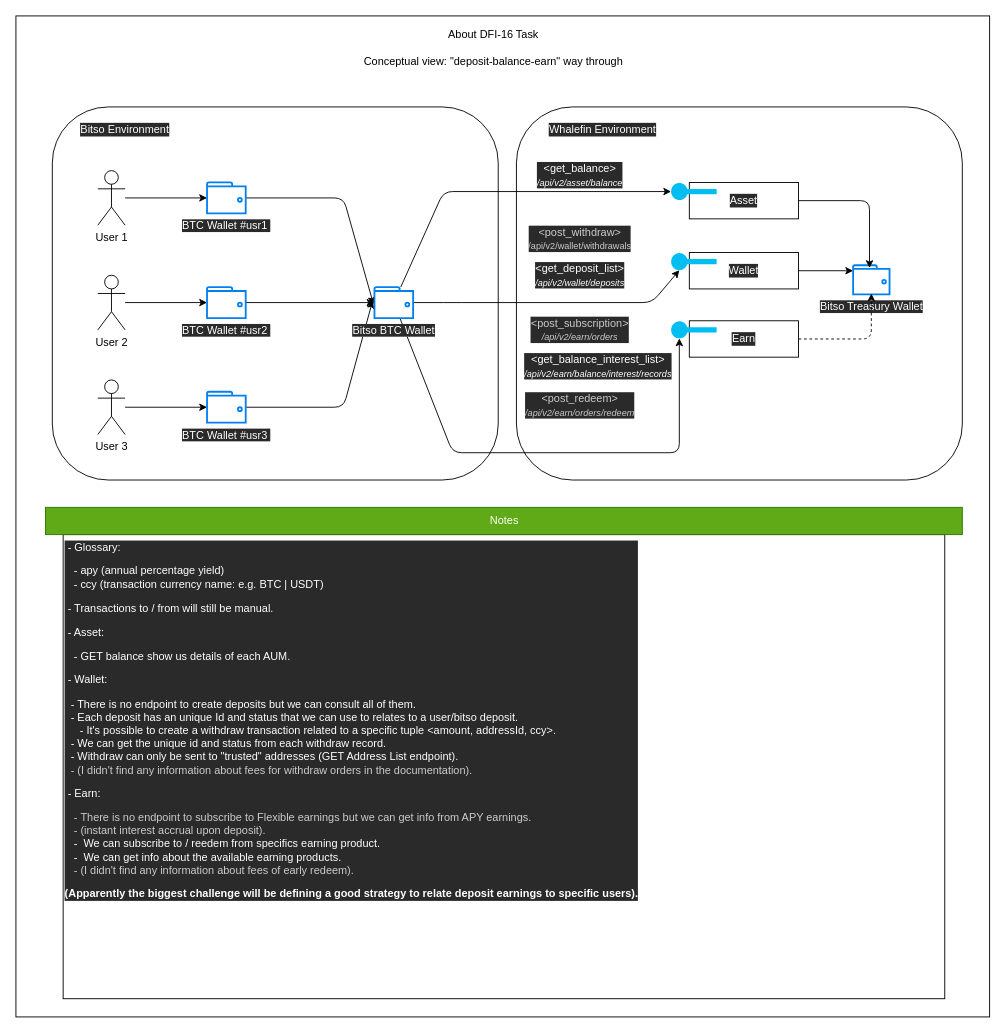
Before: drawio/concept.drawio in vinicius-almeida-bitso/whalefin-poc, a draw.io diagram. Source tidied: cells renumbered, new cells numbered last; positions are measured from the earlier drawing's top-left corner, leaving out a move shared by most shapes. Both pictures are drawn from the tidied source at 91%, with x=0, y=0 at pixel (15, 15).
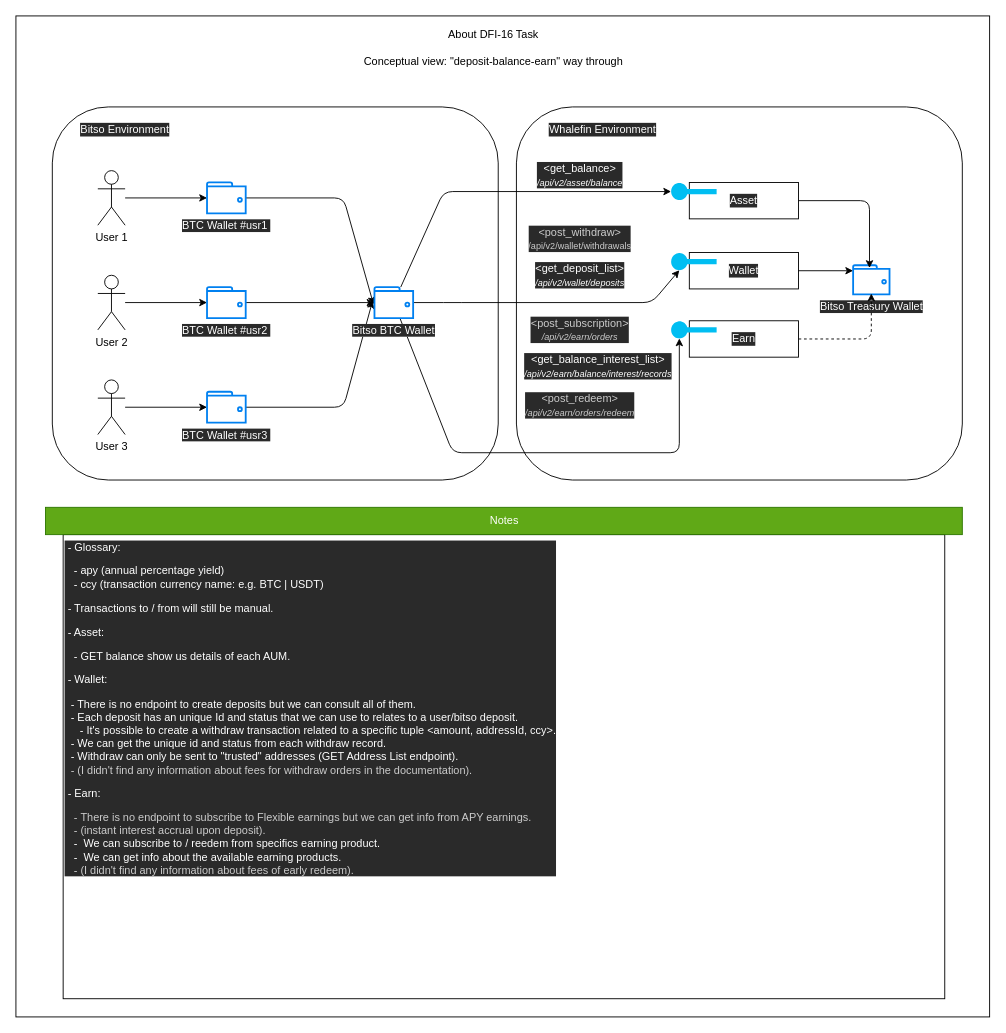
The same page after the edit.

The change refers to these unchanged cells:
```xml
<mxCell id="43" style="group;" parent="1" vertex="1">
  <mxGeometry x="32.5" y="540" width="1007.5" height="540" as="geometry" />
</mxCell>
```

Change to the diagram source:
```diff
@@
-    <mxCell id="44" value="&lt;font&gt;&lt;span style=&quot;font-size: 12px&quot;&gt;&amp;nbsp;- Glossary:&lt;/span&gt;&lt;br&gt;&lt;br&gt;&lt;span style=&quot;font-size: 12px&quot;&gt;&lt;/span&gt;&lt;span style=&quot;font-size: 12px&quot;&gt;&amp;nbsp; &amp;nbsp;- apy (annual percentage yield)&lt;/span&gt;&lt;br&gt;&lt;span style=&quot;font-size: 12px&quot;&gt;&lt;/span&gt;&lt;span style=&quot;font-size: 12px&quot;&gt;&amp;nbsp; &amp;nbsp;- ccy (transaction currency name: e.g. BTC | USDT)&lt;/span&gt;&lt;br&gt;&lt;br&gt;&lt;span style=&quot;font-size: 12px&quot;&gt;&amp;nbsp;- Transactions to / from will still be manual.&lt;/span&gt;&lt;br&gt;&lt;br&gt;&lt;span style=&quot;font-size: 12px&quot;&gt;&amp;nbsp;- Asset:&lt;/span&gt;&lt;br&gt;&lt;br&gt;&lt;span style=&quot;font-size: 12px&quot;&gt;&lt;/span&gt;&lt;span style=&quot;font-size: 12px&quot;&gt;&amp;nbsp; &amp;nbsp;- GET balance show us details of each AUM.&lt;/span&gt;&lt;br&gt;&lt;br&gt;&lt;span style=&quot;font-size: 12px&quot;&gt;&amp;nbsp;- Wallet:&amp;nbsp;&lt;/span&gt;&lt;br&gt;&lt;br&gt;&lt;span style=&quot;font-size: 12px&quot;&gt;&amp;nbsp;&amp;nbsp;&lt;/span&gt;&lt;span style=&quot;font-size: 12px&quot;&gt;- There is no endpoint to create deposits but we can consult all of them.&lt;/span&gt;&lt;br&gt;&lt;span style=&quot;font-size: 12px&quot;&gt;&lt;/span&gt;&lt;span style=&quot;font-size: 12px&quot;&gt;&amp;nbsp; - Each deposit has an unique Id and status that we can use to relates to a user/bitso deposit.&lt;/span&gt;&lt;br&gt;&lt;span style=&quot;font-size: 12px&quot;&gt;&amp;nbsp; &amp;nbsp; &amp;nbsp;- It's possible to create a withdraw transaction related to a specific tuple &amp;lt;amount, addressId, ccy&amp;gt;.&lt;/span&gt;&lt;br&gt;&lt;span style=&quot;font-size: 12px&quot;&gt;&lt;/span&gt;&lt;span style=&quot;font-size: 12px&quot;&gt;&lt;/span&gt;&lt;span style=&quot;font-size: 12px&quot;&gt;&amp;nbsp; - We can get the unique id and status from each withdraw record.&lt;/span&gt;&lt;br&gt;&lt;span style=&quot;font-size: 12px&quot;&gt;&lt;/span&gt;&lt;span style=&quot;font-size: 12px&quot;&gt;&lt;/span&gt;&lt;span style=&quot;font-size: 12px&quot;&gt;&amp;nbsp; - Withdraw can only be sent to &quot;trusted&quot; addresses (GET Address List endpoint).&lt;/span&gt;&lt;br&gt;&lt;font color=&quot;#cccccc&quot; style=&quot;font-size: 12px&quot;&gt;&lt;span&gt;&lt;/span&gt;&lt;span&gt;&lt;/span&gt;&lt;span&gt;&lt;/span&gt;&amp;nbsp; - (I didn't find any information about fees for withdraw orders in the documentation).&amp;nbsp;&lt;br&gt;&lt;/font&gt;&lt;br&gt;&lt;span style=&quot;font-size: 12px&quot;&gt;&amp;nbsp;- Earn:&lt;/span&gt;&lt;br&gt;&lt;br&gt;&lt;span style=&quot;font-size: 12px&quot;&gt;&lt;/span&gt;&lt;font color=&quot;#cccccc&quot; style=&quot;font-size: 12px&quot;&gt;&amp;nbsp; &amp;nbsp;-&lt;/font&gt;&lt;span style=&quot;font-size: 12px&quot;&gt;&amp;nbsp;&lt;/span&gt;&lt;font color=&quot;#cccccc&quot; style=&quot;font-size: 12px&quot;&gt;There is no endpoint to subscribe to Flexible earnings but we can get info from APY earnings.&lt;br&gt;&lt;span&gt;&lt;/span&gt;&amp;nbsp; &amp;nbsp;-&amp;nbsp;(instant interest accrual upon deposit).&lt;br&gt;&lt;/font&gt;&lt;span style=&quot;font-size: 12px&quot;&gt;&lt;/span&gt;&lt;span style=&quot;font-size: 12px&quot;&gt;&amp;nbsp; &amp;nbsp;-&amp;nbsp; We can subscribe to / reedem from specifics earning product.&lt;/span&gt;&lt;br&gt;&lt;span style=&quot;font-size: 12px&quot;&gt;&lt;/span&gt;&lt;span style=&quot;font-size: 12px&quot;&gt;&lt;/span&gt;&lt;span style=&quot;font-size: 12px&quot;&gt;&amp;nbsp; &amp;nbsp;-&amp;nbsp; We can get info about the available earning products.&lt;/span&gt;&lt;br&gt;&lt;span style=&quot;font-size: 12px&quot;&gt;&lt;/span&gt;&lt;span style=&quot;font-size: 12px&quot;&gt;&lt;/span&gt;&lt;font color=&quot;#cccccc&quot; style=&quot;font-size: 12px&quot;&gt;&amp;nbsp; &amp;nbsp;- (I didn't find any information about fees of early redeem).&lt;br&gt;&lt;/font&gt;&lt;br&gt;&lt;b style=&quot;font-size: 12px&quot;&gt;(&lt;/b&gt;&lt;span style=&quot;font-size: 12px&quot;&gt;&lt;b&gt;Apparently the biggest challenge will be defining a good strategy to relate deposit earnings to specific users&lt;/b&gt;&lt;/span&gt;&lt;b style=&quot;font-size: 12px&quot;&gt;).&lt;/b&gt;&lt;br&gt;&lt;/font&gt;" style="rounded=0;whiteSpace=wrap;html=1;labelBackgroundColor=#2A2A2A;fontSize=10;fontColor=#FFFFFF;align=left;horizontal=1;verticalAlign=top;" parent="43" vertex="1">
+    <mxCell id="44" value="&lt;font&gt;&lt;span style=&quot;font-size: 12px&quot;&gt;&amp;nbsp;- Glossary:&lt;/span&gt;&lt;br&gt;&lt;br&gt;&lt;span style=&quot;font-size: 12px&quot;&gt;&lt;/span&gt;&lt;span style=&quot;font-size: 12px&quot;&gt;&amp;nbsp; &amp;nbsp;- apy (annual percentage yield)&lt;/span&gt;&lt;br&gt;&lt;span style=&quot;font-size: 12px&quot;&gt;&lt;/span&gt;&lt;span style=&quot;font-size: 12px&quot;&gt;&amp;nbsp; &amp;nbsp;- ccy (transaction currency name: e.g. BTC | USDT)&lt;/span&gt;&lt;br&gt;&lt;br&gt;&lt;span style=&quot;font-size: 12px&quot;&gt;&amp;nbsp;- Transactions to / from will still be manual.&lt;/span&gt;&lt;br&gt;&lt;br&gt;&lt;span style=&quot;font-size: 12px&quot;&gt;&amp;nbsp;- Asset:&lt;/span&gt;&lt;br&gt;&lt;br&gt;&lt;span style=&quot;font-size: 12px&quot;&gt;&lt;/span&gt;&lt;span style=&quot;font-size: 12px&quot;&gt;&amp;nbsp; &amp;nbsp;- GET balance show us details of each AUM.&lt;/span&gt;&lt;br&gt;&lt;br&gt;&lt;span style=&quot;font-size: 12px&quot;&gt;&amp;nbsp;- Wallet:&amp;nbsp;&lt;/span&gt;&lt;br&gt;&lt;br&gt;&lt;span style=&quot;font-size: 12px&quot;&gt;&amp;nbsp;&amp;nbsp;&lt;/span&gt;&lt;span style=&quot;font-size: 12px&quot;&gt;- There is no endpoint to create deposits but we can consult all of them.&lt;/span&gt;&lt;br&gt;&lt;span style=&quot;font-size: 12px&quot;&gt;&lt;/span&gt;&lt;span style=&quot;font-size: 12px&quot;&gt;&amp;nbsp; - Each deposit has an unique Id and status that we can use to relates to a user/bitso deposit.&lt;/span&gt;&lt;br&gt;&lt;span style=&quot;font-size: 12px&quot;&gt;&amp;nbsp; &amp;nbsp; &amp;nbsp;- It's possible to create a withdraw transaction related to a specific tuple &amp;lt;amount, addressId, ccy&amp;gt;.&lt;/span&gt;&lt;br&gt;&lt;span style=&quot;font-size: 12px&quot;&gt;&lt;/span&gt;&lt;span style=&quot;font-size: 12px&quot;&gt;&lt;/span&gt;&lt;span style=&quot;font-size: 12px&quot;&gt;&amp;nbsp; - We can get the unique id and status from each withdraw record.&lt;/span&gt;&lt;br&gt;&lt;span style=&quot;font-size: 12px&quot;&gt;&lt;/span&gt;&lt;span style=&quot;font-size: 12px&quot;&gt;&lt;/span&gt;&lt;span style=&quot;font-size: 12px&quot;&gt;&amp;nbsp; - Withdraw can only be sent to &quot;trusted&quot; addresses (GET Address List endpoint).&lt;/span&gt;&lt;br&gt;&lt;font color=&quot;#cccccc&quot; style=&quot;font-size: 12px&quot;&gt;&lt;span&gt;&lt;/span&gt;&lt;span&gt;&lt;/span&gt;&lt;span&gt;&lt;/span&gt;&amp;nbsp; - (I didn't find any information about fees for withdraw orders in the documentation).&amp;nbsp;&lt;br&gt;&lt;/font&gt;&lt;br&gt;&lt;span style=&quot;font-size: 12px&quot;&gt;&amp;nbsp;- Earn:&lt;/span&gt;&lt;br&gt;&lt;br&gt;&lt;span style=&quot;font-size: 12px&quot;&gt;&lt;/span&gt;&lt;font color=&quot;#cccccc&quot; style=&quot;font-size: 12px&quot;&gt;&amp;nbsp; &amp;nbsp;-&lt;/font&gt;&lt;span style=&quot;font-size: 12px&quot;&gt;&amp;nbsp;&lt;/span&gt;&lt;font color=&quot;#cccccc&quot; style=&quot;font-size: 12px&quot;&gt;There is no endpoint to subscribe to Flexible earnings but we can get info from APY earnings.&lt;br&gt;&lt;span&gt;&lt;/span&gt;&amp;nbsp; &amp;nbsp;-&amp;nbsp;(instant interest accrual upon deposit).&lt;br&gt;&lt;/font&gt;&lt;span style=&quot;font-size: 12px&quot;&gt;&lt;/span&gt;&lt;span style=&quot;font-size: 12px&quot;&gt;&amp;nbsp; &amp;nbsp;-&amp;nbsp; We can subscribe to / reedem from specifics earning product.&lt;/span&gt;&lt;br&gt;&lt;span style=&quot;font-size: 12px&quot;&gt;&lt;/span&gt;&lt;span style=&quot;font-size: 12px&quot;&gt;&lt;/span&gt;&lt;span style=&quot;font-size: 12px&quot;&gt;&amp;nbsp; &amp;nbsp;-&amp;nbsp; We can get info about the available earning products.&lt;/span&gt;&lt;br&gt;&lt;span style=&quot;font-size: 12px&quot;&gt;&lt;/span&gt;&lt;span style=&quot;font-size: 12px&quot;&gt;&lt;/span&gt;&lt;font color=&quot;#cccccc&quot; style=&quot;font-size: 12px&quot;&gt;&amp;nbsp; &amp;nbsp;- (I didn't find any information about fees of early redeem).&lt;/font&gt;&lt;br&gt;&lt;/font&gt;" style="rounded=0;whiteSpace=wrap;html=1;labelBackgroundColor=#2A2A2A;fontSize=10;fontColor=#FFFFFF;align=left;horizontal=1;verticalAlign=top;" parent="43" vertex="1">
       <mxGeometry x="19.4" y="30" width="968.8" height="510" as="geometry" />
     </mxCell>
```
